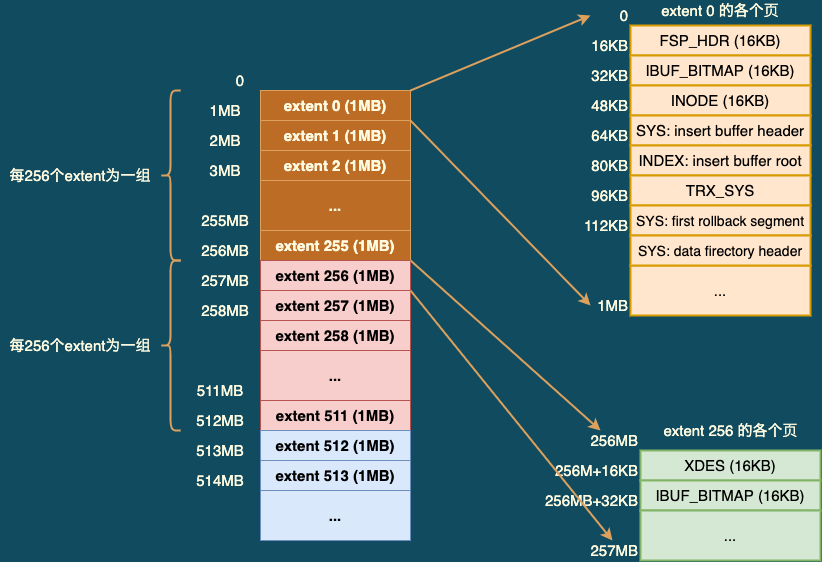
Before: assets/系统表空间结构.png, a diagram exported from draw.io (gwwwwt/mysql_8.0.4). Source tidied: cells renumbered, new cells last; positions are measured from the earlier drawing's top-left corner, leaving out a move shared by most shapes.
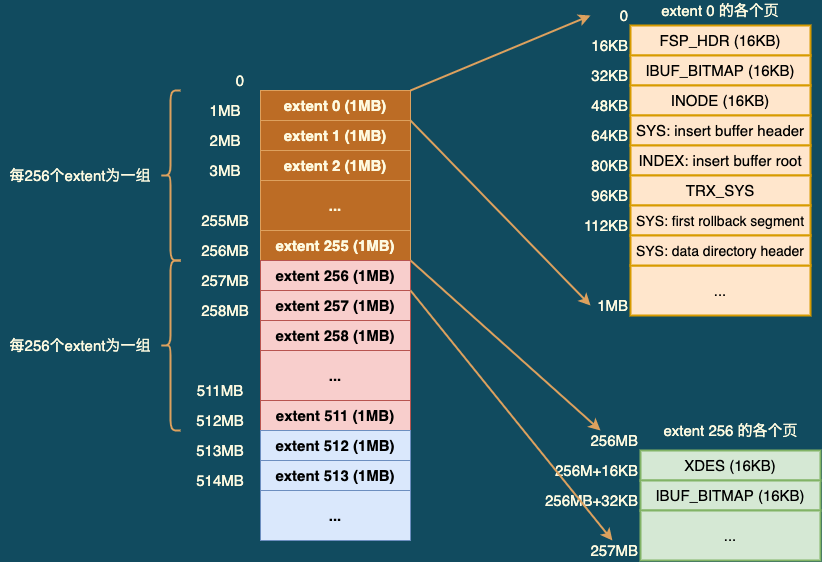
Later version of the same file.

Commit message:
Update 系统表空间结构.png

What changed in the source:
```diff
@@ -171,7 +171,7 @@
     <mxCell id="56" value="SYS: first rollback segment" style="rounded=0;whiteSpace=wrap;html=1;sketch=0;fontSize=14;strokeColor=#d79b00;strokeWidth=2;fillColor=#ffe6cc;" parent="1" vertex="1">
       <mxGeometry x="630" y="205" width="180" height="30" as="geometry" />
     </mxCell>
-    <mxCell id="57" value="SYS: data firectory header" style="rounded=0;whiteSpace=wrap;html=1;sketch=0;fontSize=14;strokeColor=#d79b00;strokeWidth=2;fillColor=#ffe6cc;" parent="1" vertex="1">
+    <mxCell id="57" value="SYS: data directory header" style="rounded=0;whiteSpace=wrap;html=1;sketch=0;fontSize=14;strokeColor=#d79b00;strokeWidth=2;fillColor=#ffe6cc;" parent="1" vertex="1">
       <mxGeometry x="630" y="235" width="180" height="30" as="geometry" />
     </mxCell>
     <mxCell id="58" value="64KB" style="text;html=1;strokeColor=none;fillColor=none;align=right;verticalAlign=middle;whiteSpace=wrap;rounded=0;sketch=0;fontSize=15;fontColor=#FEFAE0;" parent="1" vertex="1">
```
